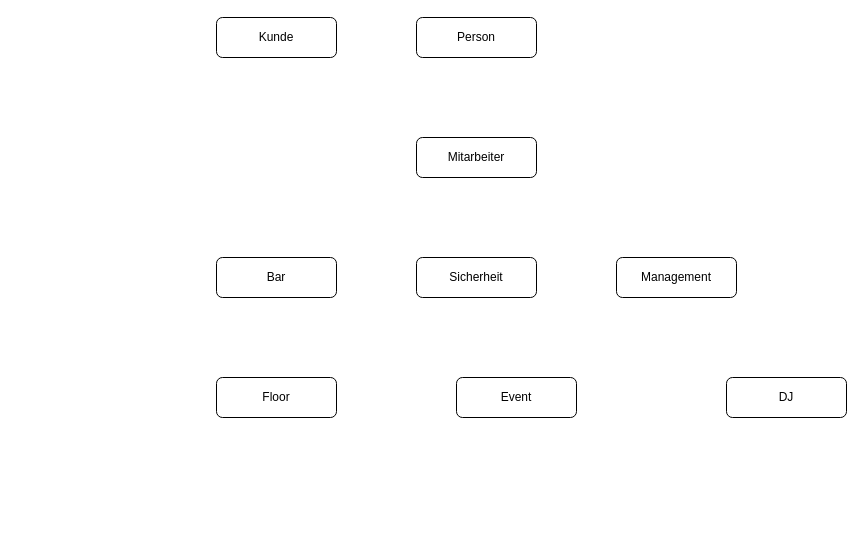
tobiasenger/zeichnungen keeps this draw.io diagram as DBSkizze1.drawio. Above is the earlier version. Source tidied: cells renumbered, new cells numbered last; positions are measured from the earlier drawing's top-left corner, leaving out a move shared by most shapes. Both pictures are drawn from the tidied source at 100%, with x=0, y=0 at pixel (216, 17).
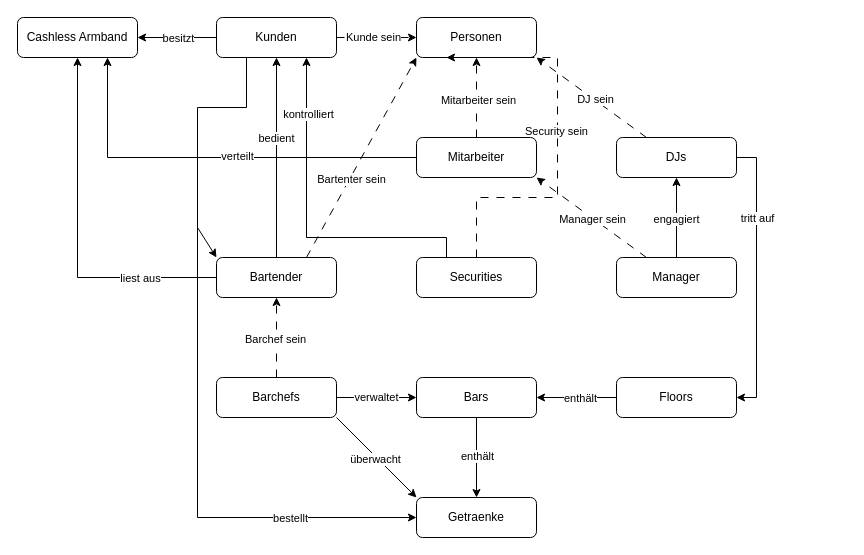
Above is the later version.

Unchanged cells that the change refers to:
```xml
<mxCell id="6" value="Mitarbeiter" style="rounded=1;whiteSpace=wrap;html=1;" parent="1" vertex="1">
  <mxGeometry x="200" y="120" width="120" height="40" as="geometry" />
</mxCell>
```

Change to the diagram source:
```diff
@@
-    <mxCell id="2" value="Person" style="rounded=1;whiteSpace=wrap;html=1;" parent="1" vertex="1">
+    <mxCell id="2" value="Personen" style="rounded=1;whiteSpace=wrap;html=1;" parent="1" vertex="1">
       <mxGeometry x="200" width="120" height="40" as="geometry" />
     </mxCell>
+    <mxCell id="12" style="edgeStyle=orthogonalEdgeStyle;rounded=0;jettySize=auto;html=1;exitX=1;exitY=0.5;exitDx=0;exitDy=0;entryX=0;entryY=0.5;entryDx=0;entryDy=0;dashed=1;dashPattern=8 8;strokeWidth=1;" parent="1" edge="1" source="3" target="2">
+      <mxGeometry relative="1" as="geometry" />
+    </mxCell>
+    <mxCell id="13" value="Kunde sein" style="edgeLabel;html=1;align=center;verticalAlign=middle;" parent="12" vertex="1">
+      <mxGeometry x="-0.15" relative="1" as="geometry">
+        <mxPoint x="2" y="-1" as="offset" />
+      </mxGeometry>
+    </mxCell>
+    <mxCell id="14" style="edgeStyle=orthogonalEdgeStyle;rounded=0;jettySize=auto;html=1;exitX=0;exitY=0.5;exitDx=0;exitDy=0;entryX=1;entryY=0.5;entryDx=0;entryDy=0;" parent="1" edge="1" source="3" target="51">
+      <mxGeometry relative="1" as="geometry" />
+    </mxCell>
+    <mxCell id="15" value="besitzt" style="edgeLabel;html=1;align=center;verticalAlign=middle;" parent="14" vertex="1">
+      <mxGeometry x="0.09" y="2" relative="1" as="geometry">
+        <mxPoint x="4" y="-2" as="offset" />
+      </mxGeometry>
+    </mxCell>
+    <mxCell id="16" style="edgeStyle=orthogonalEdgeStyle;rounded=0;jettySize=auto;html=1;exitX=0.25;exitY=1;exitDx=0;exitDy=0;entryX=0;entryY=0.5;entryDx=0;entryDy=0;" parent="1" edge="1" source="3" target="43">
+      <mxGeometry relative="1" as="geometry">
+        <Array as="points">
+          <mxPoint x="30" y="90" />
+          <mxPoint x="-19" y="90" />
+          <mxPoint x="-19" y="500" />
+        </Array>
+      </mxGeometry>
+    </mxCell>
+    <mxCell id="17" value="bestellt" style="edgeLabel;html=1;align=center;verticalAlign=middle;" parent="16" vertex="1">
+      <mxGeometry x="0.65" y="-1" relative="1" as="geometry">
+        <mxPoint y="-1" as="offset" />
+      </mxGeometry>
+    </mxCell>
-    <mxCell id="3" value="Kunde" style="rounded=1;whiteSpace=wrap;html=1;" parent="1" vertex="1">
+    <mxCell id="3" value="Kunden" style="rounded=1;whiteSpace=wrap;html=1;" parent="1" vertex="1">
       <mxGeometry width="120" height="40" as="geometry" />
     </mxCell>
+    <mxCell id="18" style="rounded=0;jettySize=auto;html=1;exitX=0.25;exitY=0;exitDx=0;exitDy=0;entryX=1;entryY=1;entryDx=0;entryDy=0;dashed=1;dashPattern=8 8;strokeWidth=1;" parent="1" edge="1" source="4" target="6">
+      <mxGeometry relative="1" as="geometry" />
+    </mxCell>
+    <mxCell id="19" value="Manager sein" style="edgeLabel;html=1;align=center;verticalAlign=middle;" parent="18" vertex="1">
+      <mxGeometry x="-0.01" y="1" relative="1" as="geometry" />
+    </mxCell>
+    <mxCell id="20" style="edgeStyle=orthogonalEdgeStyle;rounded=0;jettySize=auto;html=1;exitX=0.5;exitY=0;exitDx=0;exitDy=0;entryX=0.5;entryY=1;entryDx=0;entryDy=0;" parent="1" edge="1" source="4" target="11">
+      <mxGeometry relative="1" as="geometry" />
+    </mxCell>
+    <mxCell id="21" value="engagiert" style="edgeLabel;html=1;align=center;verticalAlign=middle;" parent="20" vertex="1">
+      <mxGeometry x="-0.03" y="1" relative="1" as="geometry" />
+    </mxCell>
-    <mxCell id="4" value="Management" style="rounded=1;whiteSpace=wrap;html=1;" parent="1" vertex="1">
+    <mxCell id="4" value="Manager" style="rounded=1;whiteSpace=wrap;html=1;" parent="1" vertex="1">
       <mxGeometry x="400" y="240" width="120" height="40" as="geometry" />
     </mxCell>
+    <mxCell id="22" style="edgeStyle=orthogonalEdgeStyle;rounded=0;jettySize=auto;html=1;exitX=0.5;exitY=0;exitDx=0;exitDy=0;entryX=0.25;entryY=1;entryDx=0;entryDy=0;dashed=1;dashPattern=8 8;strokeWidth=1;" parent="1" edge="1" source="5" target="2">
+      <mxGeometry relative="1" as="geometry">
+        <Array as="points">
+          <mxPoint x="260" y="180" />
+          <mxPoint x="341" y="180" />
+          <mxPoint x="341" y="40" />
+        </Array>
+      </mxGeometry>
+    </mxCell>
+    <mxCell id="23" value="Security sein" style="edgeLabel;html=1;align=center;verticalAlign=middle;" parent="22" vertex="1">
+      <mxGeometry x="0.07" y="-2" relative="1" as="geometry">
+        <mxPoint x="-4" y="2" as="offset" />
+      </mxGeometry>
+    </mxCell>
+    <mxCell id="24" style="edgeStyle=orthogonalEdgeStyle;rounded=0;jettySize=auto;html=1;exitX=0.25;exitY=0;exitDx=0;exitDy=0;entryX=0.75;entryY=1;entryDx=0;entryDy=0;" parent="1" edge="1" source="5" target="3">
+      <mxGeometry relative="1" as="geometry">
+        <Array as="points">
+          <mxPoint x="230" y="220" />
+          <mxPoint x="90" y="220" />
+        </Array>
+      </mxGeometry>
+    </mxCell>
+    <mxCell id="25" value="kontrolliert" style="edgeLabel;html=1;align=center;verticalAlign=middle;" parent="24" vertex="1">
+      <mxGeometry x="0.63" y="-1" relative="1" as="geometry">
+        <mxPoint y="-7" as="offset" />
+      </mxGeometry>
+    </mxCell>
-    <mxCell id="5" value="Sicherheit" style="rounded=1;whiteSpace=wrap;html=1;" parent="1" vertex="1">
+    <mxCell id="5" value="Securities" style="rounded=1;whiteSpace=wrap;html=1;" parent="1" vertex="1">
       <mxGeometry x="200" y="240" width="120" height="40" as="geometry" />
     </mxCell>
+    <mxCell id="26" style="edgeStyle=orthogonalEdgeStyle;rounded=0;jettySize=auto;html=1;exitX=0.5;exitY=0;exitDx=0;exitDy=0;entryX=0.5;entryY=1;entryDx=0;entryDy=0;dashed=1;dashPattern=8 8;strokeWidth=1;" parent="1" edge="1" source="6" target="2">
+      <mxGeometry relative="1" as="geometry" />
+    </mxCell>
+    <mxCell id="27" value="Mitarbeiter sein" style="edgeLabel;html=1;align=center;verticalAlign=middle;" parent="26" vertex="1">
+      <mxGeometry x="-0.05" y="-1" relative="1" as="geometry" />
+    </mxCell>
+    <mxCell id="28" style="edgeStyle=orthogonalEdgeStyle;rounded=0;jettySize=auto;html=1;exitX=0;exitY=0.5;exitDx=0;exitDy=0;entryX=0.75;entryY=1;entryDx=0;entryDy=0;" parent="1" edge="1" source="6" target="51">
+      <mxGeometry relative="1" as="geometry">
+        <Array as="points">
+          <mxPoint x="-109" y="140" />
+        </Array>
+      </mxGeometry>
+    </mxCell>
+    <mxCell id="29" value="verteilt" style="edgeLabel;html=1;align=center;verticalAlign=middle;" parent="28" vertex="1">
+      <mxGeometry x="0.41" y="1" relative="1" as="geometry">
+        <mxPoint x="108" y="-3" as="offset" />
+      </mxGeometry>
+    </mxCell>
@@
+    <mxCell id="30" style="edgeStyle=orthogonalEdgeStyle;rounded=0;jettySize=auto;html=1;exitX=0.5;exitY=1;exitDx=0;exitDy=0;entryX=0.5;entryY=0;entryDx=0;entryDy=0;" parent="1" edge="1" source="7" target="43">
+      <mxGeometry relative="1" as="geometry">
+        <Array as="points">
+          <mxPoint x="260" y="440" />
+          <mxPoint x="260" y="440" />
+        </Array>
+      </mxGeometry>
+    </mxCell>
+    <mxCell id="31" value="enthält" style="edgeLabel;html=1;align=center;verticalAlign=middle;" parent="30" vertex="1">
+      <mxGeometry x="-0.05" relative="1" as="geometry" />
+    </mxCell>
-    <mxCell id="7" value="Bar" style="rounded=1;whiteSpace=wrap;html=1;" parent="1" vertex="1">
-      <mxGeometry y="240" width="120" height="40" as="geometry" />
+    <mxCell id="7" value="Bars" style="rounded=1;whiteSpace=wrap;html=1;" parent="1" vertex="1">
+      <mxGeometry x="200" y="360" width="120" height="40" as="geometry" />
     </mxCell>
@@
+    <mxCell id="32" style="edgeStyle=orthogonalEdgeStyle;rounded=0;jettySize=auto;html=1;exitX=0;exitY=0.5;exitDx=0;exitDy=0;entryX=1;entryY=0.5;entryDx=0;entryDy=0;" parent="1" edge="1" source="9" target="7">
+      <mxGeometry relative="1" as="geometry" />
+    </mxCell>
+    <mxCell id="33" value="enthält" style="edgeLabel;html=1;align=center;verticalAlign=middle;" parent="32" vertex="1">
+      <mxGeometry x="-0.07" y="2" relative="1" as="geometry">
+        <mxPoint y="-2" as="offset" />
+      </mxGeometry>
+    </mxCell>
-    <mxCell id="9" value="Floor" style="rounded=1;whiteSpace=wrap;html=1;" parent="1" vertex="1">
-      <mxGeometry y="360" width="120" height="40" as="geometry" />
+    <mxCell id="9" value="Floors" style="rounded=1;whiteSpace=wrap;html=1;" parent="1" vertex="1">
+      <mxGeometry x="400" y="360" width="120" height="40" as="geometry" />
     </mxCell>
-    <mxCell id="10" value="Event" style="rounded=1;whiteSpace=wrap;html=1;" parent="1" vertex="1">
-      <mxGeometry x="240" y="360" width="120" height="40" as="geometry" />
-    </mxCell>
+    <mxCell id="34" style="edgeStyle=orthogonalEdgeStyle;rounded=0;jettySize=auto;html=1;exitX=1;exitY=0.5;exitDx=0;exitDy=0;entryX=1;entryY=0.5;entryDx=0;entryDy=0;" parent="1" edge="1" source="11" target="9">
+      <mxGeometry relative="1" as="geometry" />
+    </mxCell>
+    <mxCell id="35" value="tritt auf" style="edgeLabel;html=1;align=center;verticalAlign=middle;" parent="34" vertex="1">
+      <mxGeometry x="-0.44" y="1" relative="1" as="geometry">
+        <mxPoint x="-1" y="2" as="offset" />
+      </mxGeometry>
+    </mxCell>
-    <mxCell id="11" value="DJ" style="rounded=1;whiteSpace=wrap;html=1;" parent="1" vertex="1">
-      <mxGeometry x="510" y="360" width="120" height="40" as="geometry" />
+    <mxCell id="11" value="DJs" style="rounded=1;whiteSpace=wrap;html=1;" parent="1" vertex="1">
+      <mxGeometry x="400" y="120" width="120" height="40" as="geometry" />
     </mxCell>
+    <mxCell id="36" style="edgeStyle=orthogonalEdgeStyle;rounded=0;jettySize=auto;html=1;exitX=0.5;exitY=0;exitDx=0;exitDy=0;entryX=0.5;entryY=1;entryDx=0;entryDy=0;dashed=1;dashPattern=8 8;strokeWidth=1;" parent="1" edge="1" source="42" target="48">
+      <mxGeometry relative="1" as="geometry" />
+    </mxCell>
+    <mxCell id="37" value="Barchef sein" style="edgeLabel;html=1;align=center;verticalAlign=middle;" parent="36" vertex="1">
+      <mxGeometry x="-0.03" y="-1" relative="1" as="geometry">
+        <mxPoint x="-3" as="offset" />
+      </mxGeometry>
+    </mxCell>
+    <mxCell id="38" style="edgeStyle=orthogonalEdgeStyle;rounded=0;jettySize=auto;html=1;exitX=1;exitY=0.5;exitDx=0;exitDy=0;entryX=0;entryY=0.5;entryDx=0;entryDy=0;" parent="1" edge="1" source="42" target="7">
+      <mxGeometry relative="1" as="geometry" />
+    </mxCell>
+    <mxCell id="39" value="verwaltet" style="edgeLabel;html=1;align=center;verticalAlign=middle;" parent="38" vertex="1">
+      <mxGeometry x="-0.03" y="1" relative="1" as="geometry" />
+    </mxCell>
+    <mxCell id="40" style="rounded=0;jettySize=auto;html=1;exitX=1;exitY=1;exitDx=0;exitDy=0;entryX=0;entryY=0;entryDx=0;entryDy=0;" parent="1" edge="1" source="42" target="43">
+      <mxGeometry relative="1" as="geometry" />
+    </mxCell>
+    <mxCell id="41" value="überwacht" style="edgeLabel;html=1;align=center;verticalAlign=middle;" parent="40" vertex="1">
+      <mxGeometry y="-1" relative="1" as="geometry">
+        <mxPoint x="-1" as="offset" />
+      </mxGeometry>
+    </mxCell>
+    <mxCell id="42" value="Barchefs" style="rounded=1;whiteSpace=wrap;html=1;" parent="1" vertex="1">
+      <mxGeometry y="360" width="120" height="40" as="geometry" />
+    </mxCell>
+    <mxCell id="43" value="Getraenke" style="rounded=1;whiteSpace=wrap;html=1;" parent="1" vertex="1">
+      <mxGeometry x="200" y="480" width="120" height="40" as="geometry" />
+    </mxCell>
+    <mxCell id="44" style="edgeStyle=orthogonalEdgeStyle;rounded=0;jettySize=auto;html=1;exitX=0.5;exitY=0;exitDx=0;exitDy=0;entryX=0.5;entryY=1;entryDx=0;entryDy=0;" parent="1" edge="1" source="48" target="3">
+      <mxGeometry relative="1" as="geometry" />
+    </mxCell>
+    <mxCell id="45" value="bedient" style="edgeLabel;html=1;align=center;verticalAlign=middle;" parent="44" vertex="1">
+      <mxGeometry x="0.02" y="1" relative="1" as="geometry">
+        <mxPoint y="-18" as="offset" />
+      </mxGeometry>
+    </mxCell>
+    <mxCell id="46" style="edgeStyle=orthogonalEdgeStyle;rounded=0;jettySize=auto;html=1;exitX=0;exitY=0.5;exitDx=0;exitDy=0;entryX=0.5;entryY=1;entryDx=0;entryDy=0;" parent="1" edge="1" source="48" target="51">
+      <mxGeometry relative="1" as="geometry">
+        <Array as="points">
+          <mxPoint x="-139" y="260" />
+        </Array>
+      </mxGeometry>
+    </mxCell>
+    <mxCell id="47" value="liest aus" style="edgeLabel;html=1;align=center;verticalAlign=middle;" parent="46" vertex="1">
+      <mxGeometry x="-0.57" relative="1" as="geometry" />
+    </mxCell>
+    <mxCell id="48" value="Bartender" style="rounded=1;whiteSpace=wrap;html=1;" parent="1" vertex="1">
+      <mxGeometry y="240" width="120" height="40" as="geometry" />
+    </mxCell>
+    <mxCell id="49" style="rounded=0;jettySize=auto;html=1;exitX=0.75;exitY=0;exitDx=0;exitDy=0;entryX=0;entryY=1;entryDx=0;entryDy=0;dashed=1;dashPattern=8 8;strokeWidth=1;" parent="1" edge="1" source="48" target="2">
+      <mxGeometry relative="1" as="geometry" />
+    </mxCell>
+    <mxCell id="50" value="Bartenter sein" style="edgeLabel;html=1;align=center;verticalAlign=middle;" parent="49" vertex="1">
+      <mxGeometry x="-0.01" y="-1" relative="1" as="geometry">
+        <mxPoint x="-11" y="20" as="offset" />
+      </mxGeometry>
+    </mxCell>
+    <mxCell id="51" value="Cashless Armband" style="rounded=1;whiteSpace=wrap;html=1;" parent="1" vertex="1">
+      <mxGeometry x="-199" width="120" height="40" as="geometry" />
+    </mxCell>
+    <mxCell id="52" style="rounded=0;jettySize=auto;html=1;exitX=0.25;exitY=0;exitDx=0;exitDy=0;entryX=1;entryY=1;entryDx=0;entryDy=0;dashed=1;dashPattern=8 8;strokeWidth=1;" parent="1" edge="1" source="11" target="2">
+      <mxGeometry relative="1" as="geometry" />
+    </mxCell>
+    <mxCell id="53" value="DJ sein" style="edgeLabel;html=1;align=center;verticalAlign=middle;" parent="52" vertex="1">
+      <mxGeometry x="-0.01" y="1" relative="1" as="geometry">
+        <mxPoint x="3" as="offset" />
+      </mxGeometry>
+    </mxCell>
+    <mxCell id="54" style="endArrow=classic;html=1;rounded=0;entryX=0;entryY=0;entryDx=0;entryDy=0;" parent="1" edge="1" target="48">
+      <mxGeometry relative="1" as="geometry">
+        <mxPoint x="-19" y="210" as="sourcePoint" />
+      </mxGeometry>
+    </mxCell>
```
